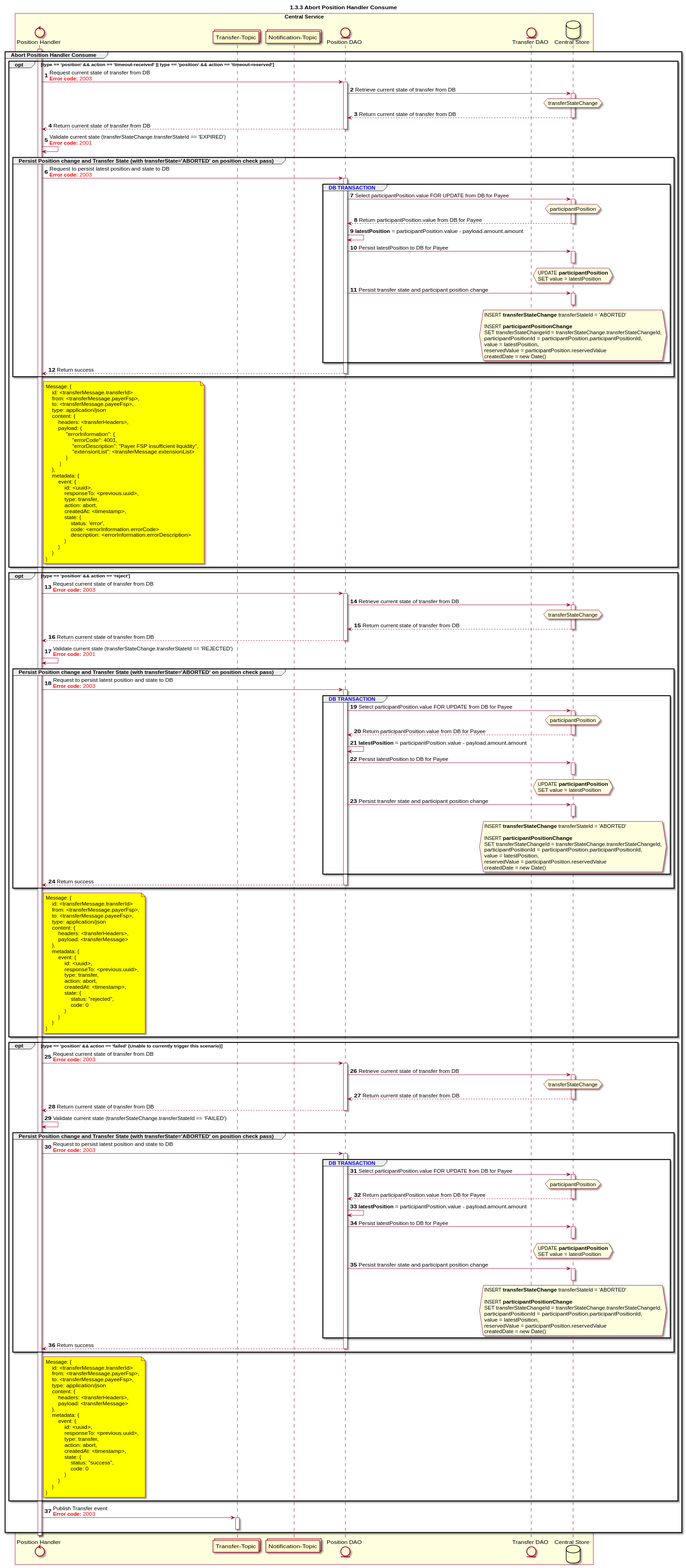
The PlantUML diagram CentralServices/seq_diagrams/seq-position-1.3.3-abort.svg in NicoDuvenage/docs-1, before a commit. The source it was exported from:
```plantuml
@startuml
title 1.3.3 Abort Position Handler Consume

autonumber


control "Position Handler" as POS_HANDLER
collections "Transfer-Topic" as TOPIC_TRANSFERS
entity "Position DAO" as POS_DAO
collections "Notification-Topic" as TOPIC_NOTIFICATIONS
entity "Transfer DAO" as TRANS_DAO
database "Central Store" as DB

box "Central Service" #LightYellow
    participant POS_HANDLER
    participant TOPIC_TRANSFERS
    participant TOPIC_NOTIFICATIONS
    participant POS_DAO
    participant TRANS_DAO
    participant DB
end box

activate POS_HANDLER
group Abort Position Handler Consume
    opt type == 'position' && action == 'timeout-received' || type == 'position' && action == 'timeout-reserved'
        POS_HANDLER -> POS_DAO: Request current state of transfer from DB\n<color #FF0000><b>Error code:</b> 2003</color>
        activate POS_DAO
        POS_DAO -> DB: Retrieve current state of transfer from DB
        activate DB
        hnote over DB #lightyellow
            transferStateChange
        end note
        DB --> POS_DAO: Return current state of transfer from DB
        deactivate DB
        POS_DAO --> POS_HANDLER: Return current state of transfer from DB
        deactivate POS_DAO
        POS_HANDLER <-> POS_HANDLER: Validate current state (transferStateChange.transferStateId == 'EXPIRED')\n<color #FF0000><b>Error code:</b> 2001</color>

        group Persist Position change and Transfer State (with transferState='ABORTED' on position check pass)
            POS_HANDLER -> POS_DAO: Request to persist latest position and state to DB\n<color #FF0000><b>Error code:</b> 2003</color>
            group <color #blue>DB TRANSACTION</color>
                activate POS_DAO
                POS_DAO -> DB: Select participantPosition.value FOR UPDATE from DB for Payee
                activate DB
                hnote over DB #lightyellow
                    participantPosition
                end note
                DB --> POS_DAO: Return participantPosition.value from DB for Payee
                deactivate DB
                POS_DAO <-> POS_DAO: **latestPosition** = participantPosition.value - payload.amount.amount
                POS_DAO->DB: Persist latestPosition to DB for Payee
                hnote over DB #lightyellow
                    UPDATE **participantPosition**
                    SET value = latestPosition
                end note
                activate DB
                deactivate DB
                POS_DAO -> DB: Persist transfer state and participant position change
                hnote over DB #lightyellow
                        INSERT **transferStateChange** transferStateId = 'ABORTED'

                        INSERT **participantPositionChange**
                        SET transferStateChangeId = transferStateChange.transferStateChangeId,
                        participantPositionId = participantPosition.participantPositionId,
                        value = latestPosition,
                        reservedValue = participantPosition.reservedValue
                        createdDate = new Date()
                end note
                activate DB
                deactivate DB
                deactivate TRANS_DAO
            end
            POS_DAO --> POS_HANDLER: Return success
            deactivate POS_DAO
        end
        note right of POS_HANDLER #yellow
            Message: {
                id: <transferMessage.transferId>
                from: <transferMessage.payerFsp>,
                to: <transferMessage.payeeFsp>,
                type: application/json
                content: {
                    headers: <transferHeaders>,
                    payload: {
                         "errorInformation": {
                             "errorCode": 4001,
                             "errorDescription": "Payer FSP insufficient liquidity",
                             "extensionList": <transferMessage.extensionList>
                         }
                     }
                },
                metadata: {
                    event: {
                        id: <uuid>,
                        responseTo: <previous.uuid>,
                        type: transfer,
                        action: abort,
                        createdAt: <timestamp>,
                        state: {
                            status: 'error',
                            code: <errorInformation.errorCode>
                            description: <errorInformation.errorDescription>
                        }
                    }
                }
            }
        end note
    end
    opt type == 'position' && action == 'reject'
        POS_HANDLER -> POS_DAO: Request current state of transfer from DB\n<color #FF0000><b>Error code:</b> 2003</color>
        activate POS_DAO
        POS_DAO -> DB: Retrieve current state of transfer from DB
        activate DB
        hnote over DB #lightyellow
            transferStateChange
        end note
        DB --> POS_DAO: Return current state of transfer from DB
        deactivate DB
        POS_DAO --> POS_HANDLER: Return current state of transfer from DB
        deactivate POS_DAO
        POS_HANDLER <-> POS_HANDLER: Validate current state (transferStateChange.transferStateId == 'REJECTED')\n<color #FF0000><b>Error code:</b> 2001</color>

        group Persist Position change and Transfer State (with transferState='ABORTED' on position check pass)
            POS_HANDLER -> POS_DAO: Request to persist latest position and state to DB\n<color #FF0000><b>Error code:</b> 2003</color>
            group <color #blue>DB TRANSACTION</color>
                activate POS_DAO
                POS_DAO -> DB: Select participantPosition.value FOR UPDATE from DB for Payee
                activate DB
                hnote over DB #lightyellow
                    participantPosition
                end note
                DB --> POS_DAO: Return participantPosition.value from DB for Payee
                deactivate DB
                POS_DAO <-> POS_DAO: **latestPosition** = participantPosition.value - payload.amount.amount
                POS_DAO->DB: Persist latestPosition to DB for Payee
                hnote over DB #lightyellow
                    UPDATE **participantPosition**
                    SET value = latestPosition
                end note
                activate DB
                deactivate DB
                POS_DAO -> DB: Persist transfer state and participant position change
                hnote over DB #lightyellow
                        INSERT **transferStateChange** transferStateId = 'ABORTED'

                        INSERT **participantPositionChange**
                        SET transferStateChangeId = transferStateChange.transferStateChangeId,
                        participantPositionId = participantPosition.participantPositionId,
                        value = latestPosition,
                        reservedValue = participantPosition.reservedValue
                        createdDate = new Date()
                end note
                activate DB
                deactivate DB
                deactivate TRANS_DAO
            end
            POS_DAO --> POS_HANDLER: Return success
            deactivate POS_DAO
        end
        note right of POS_HANDLER #yellow
            Message: {
                id: <transferMessage.transferId>
                from: <transferMessage.payerFsp>,
                to: <transferMessage.payeeFsp>,
                type: application/json
                content: {
                    headers: <transferHeaders>,
                    payload: <transferMessage>
                },
                metadata: {
                    event: {
                        id: <uuid>,
                        responseTo: <previous.uuid>,
                        type: transfer,
                        action: abort,
                        createdAt: <timestamp>,
                        state: {
                            status: "rejected",
                            code: 0
                        }
                    }
                }
            }
        end note
    end
    opt type == 'position' && action == 'failed' (Unable to currently trigger this scenario)
        POS_HANDLER -> POS_DAO: Request current state of transfer from DB\n<color #FF0000><b>Error code:</b> 2003</color>
        activate POS_DAO
        POS_DAO -> DB: Retrieve current state of transfer from DB
        activate DB
        hnote over DB #lightyellow
            transferStateChange
        end note
        DB --> POS_DAO: Return current state of transfer from DB
        deactivate DB
        POS_DAO --> POS_HANDLER: Return current state of transfer from DB
        deactivate POS_DAO
        POS_HANDLER <-> POS_HANDLER: Validate current state (transferStateChange.transferStateId == 'FAILED')

        group Persist Position change and Transfer State (with transferState='ABORTED' on position check pass)
            POS_HANDLER -> POS_DAO: Request to persist latest position and state to DB\n<color #FF0000><b>Error code:</b> 2003</color>
            group <color #blue>DB TRANSACTION</color>
                activate POS_DAO
                POS_DAO -> DB: Select participantPosition.value FOR UPDATE from DB for Payee
                activate DB
                hnote over DB #lightyellow
                    participantPosition
                end note
                DB --> POS_DAO: Return participantPosition.value from DB for Payee
                deactivate DB
                POS_DAO <-> POS_DAO: **latestPosition** = participantPosition.value - payload.amount.amount
                POS_DAO->DB: Persist latestPosition to DB for Payee
                hnote over DB #lightyellow
                    UPDATE **participantPosition**
                    SET value = latestPosition
                end note
                activate DB
                deactivate DB
                POS_DAO -> DB: Persist transfer state and participant position change
                hnote over DB #lightyellow
                        INSERT **transferStateChange** transferStateId = 'ABORTED'

                        INSERT **participantPositionChange**
                        SET transferStateChangeId = transferStateChange.transferStateChangeId,
                        participantPositionId = participantPosition.participantPositionId,
                        value = latestPosition,
                        reservedValue = participantPosition.reservedValue
                        createdDate = new Date()
                end note
                activate DB
                deactivate DB
                deactivate TRANS_DAO
            end
            POS_DAO --> POS_HANDLER: Return success
            deactivate POS_DAO
        end
        note right of POS_HANDLER #yellow
            Message: {
                id: <transferMessage.transferId>
                from: <transferMessage.payerFsp>,
                to: <transferMessage.payeeFsp>,
                type: application/json
                content: {
                    headers: <transferHeaders>,
                    payload: <transferMessage>
                },
                metadata: {
                    event: {
                        id: <uuid>,
                        responseTo: <previous.uuid>,
                        type: transfer,
                        action: abort,
                        createdAt: <timestamp>,
                        state: {
                            status: "success",
                            code: 0
                        }
                    }
                }
            }
        end note
    end
    POS_HANDLER -> TOPIC_TRANSFERS: Publish Transfer event\n<color #FF0000><b>Error code:</b> 2003</color>
    activate TOPIC_TRANSFERS
    deactivate TOPIC_TRANSFERS
end
deactivate POS_HANDLER
@enduml
```
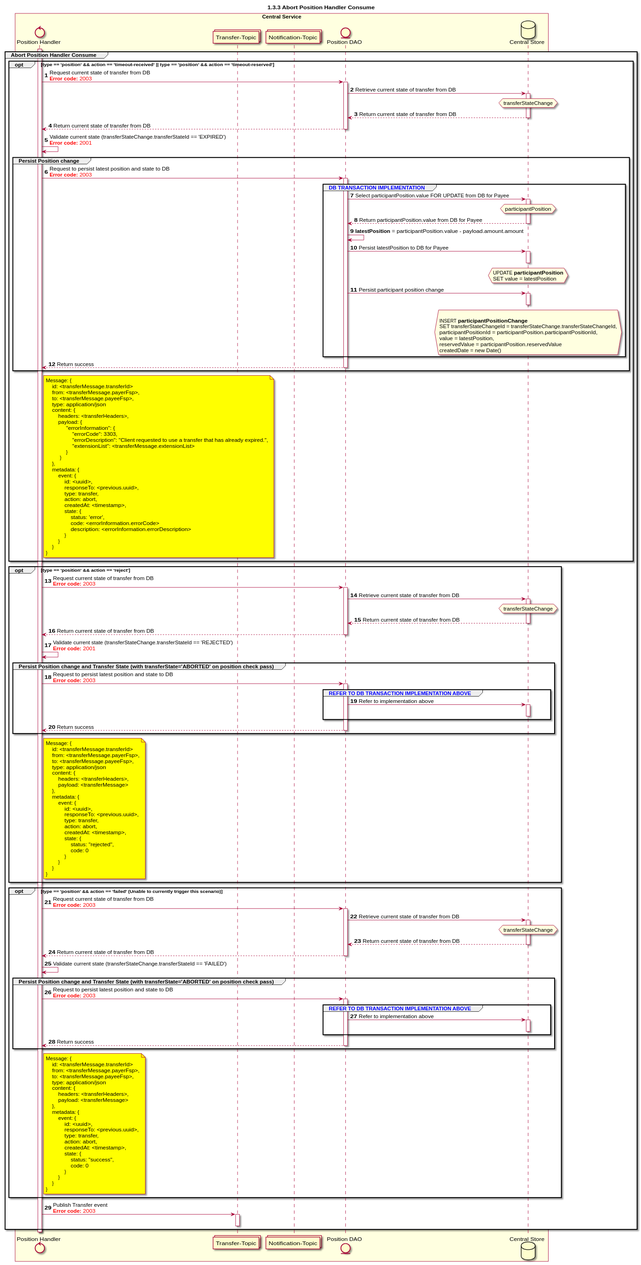
Above is the later version.

Commit message:
abort process

What changed in the source:
```diff
@@ -8,7 +8,6 @@
 collections "Transfer-Topic" as TOPIC_TRANSFERS
 entity "Position DAO" as POS_DAO
 collections "Notification-Topic" as TOPIC_NOTIFICATIONS
-entity "Transfer DAO" as TRANS_DAO
 database "Central Store" as DB
 
 box "Central Service" #LightYellow
@@ -16,7 +15,6 @@
     participant TOPIC_TRANSFERS
     participant TOPIC_NOTIFICATIONS
     participant POS_DAO
-    participant TRANS_DAO
     participant DB
 end box
 
@@ -36,9 +34,9 @@
         deactivate POS_DAO
         POS_HANDLER <-> POS_HANDLER: Validate current state (transferStateChange.transferStateId == 'EXPIRED')\n<color #FF0000><b>Error code:</b> 2001</color>
 
-        group Persist Position change and Transfer State (with transferState='ABORTED' on position check pass)
+        group Persist Position change
             POS_HANDLER -> POS_DAO: Request to persist latest position and state to DB\n<color #FF0000><b>Error code:</b> 2003</color>
-            group <color #blue>DB TRANSACTION</color>
+            group <color #blue>DB TRANSACTION IMPLEMENTATION</color>
                 activate POS_DAO
                 POS_DAO -> DB: Select participantPosition.value FOR UPDATE from DB for Payee
                 activate DB
@@ -55,9 +53,8 @@
                 end note
                 activate DB
                 deactivate DB
-                POS_DAO -> DB: Persist transfer state and participant position change
+                POS_DAO -> DB: Persist participant position change
                 hnote over DB #lightyellow
-                        INSERT **transferStateChange** transferStateId = 'ABORTED'
 
                         INSERT **participantPositionChange**
                         SET transferStateChangeId = transferStateChange.transferStateChangeId,
@@ -68,7 +65,6 @@
                 end note
                 activate DB
                 deactivate DB
-                deactivate TRANS_DAO
             end
             POS_DAO --> POS_HANDLER: Return success
             deactivate POS_DAO
@@ -83,8 +79,8 @@
                     headers: <transferHeaders>,
                     payload: {
                          "errorInformation": {
-                             "errorCode": 4001,
-                             "errorDescription": "Payer FSP insufficient liquidity",
+                             "errorCode": 3303,
+                             "errorDescription": "Client requested to use a transfer that has already expired.",
                              "extensionList": <transferMessage.extensionList>
                          }
                      }
@@ -122,37 +118,11 @@
 
         group Persist Position change and Transfer State (with transferState='ABORTED' on position check pass)
             POS_HANDLER -> POS_DAO: Request to persist latest position and state to DB\n<color #FF0000><b>Error code:</b> 2003</color>
-            group <color #blue>DB TRANSACTION</color>
+            group <color #blue>REFER TO DB TRANSACTION IMPLEMENTATION ABOVE</color>
                 activate POS_DAO
-                POS_DAO -> DB: Select participantPosition.value FOR UPDATE from DB for Payee
-                activate DB
-                hnote over DB #lightyellow
-                    participantPosition
-                end note
-                DB --> POS_DAO: Return participantPosition.value from DB for Payee
-                deactivate DB
-                POS_DAO <-> POS_DAO: **latestPosition** = participantPosition.value - payload.amount.amount
-                POS_DAO->DB: Persist latestPosition to DB for Payee
-                hnote over DB #lightyellow
-                    UPDATE **participantPosition**
-                    SET value = latestPosition
-                end note
+                POS_DAO -> DB: Refer to implementation above
                 activate DB
                 deactivate DB
-                POS_DAO -> DB: Persist transfer state and participant position change
-                hnote over DB #lightyellow
-                        INSERT **transferStateChange** transferStateId = 'ABORTED'
-
-                        INSERT **participantPositionChange**
-                        SET transferStateChangeId = transferStateChange.transferStateChangeId,
-                        participantPositionId = participantPosition.participantPositionId,
-                        value = latestPosition,
-                        reservedValue = participantPosition.reservedValue
-                        createdDate = new Date()
-                end note
-                activate DB
-                deactivate DB
-                deactivate TRANS_DAO
             end
             POS_DAO --> POS_HANDLER: Return success
             deactivate POS_DAO
@@ -199,37 +169,11 @@
 
         group Persist Position change and Transfer State (with transferState='ABORTED' on position check pass)
             POS_HANDLER -> POS_DAO: Request to persist latest position and state to DB\n<color #FF0000><b>Error code:</b> 2003</color>
-            group <color #blue>DB TRANSACTION</color>
+            group <color #blue>REFER TO DB TRANSACTION IMPLEMENTATION ABOVE</color>
                 activate POS_DAO
-                POS_DAO -> DB: Select participantPosition.value FOR UPDATE from DB for Payee
-                activate DB
-                hnote over DB #lightyellow
-                    participantPosition
-                end note
-                DB --> POS_DAO: Return participantPosition.value from DB for Payee
-                deactivate DB
-                POS_DAO <-> POS_DAO: **latestPosition** = participantPosition.value - payload.amount.amount
-                POS_DAO->DB: Persist latestPosition to DB for Payee
-                hnote over DB #lightyellow
-                    UPDATE **participantPosition**
-                    SET value = latestPosition
-                end note
+                POS_DAO -> DB: Refer to implementation above
                 activate DB
                 deactivate DB
-                POS_DAO -> DB: Persist transfer state and participant position change
-                hnote over DB #lightyellow
-                        INSERT **transferStateChange** transferStateId = 'ABORTED'
-
-                        INSERT **participantPositionChange**
-                        SET transferStateChangeId = transferStateChange.transferStateChangeId,
-                        participantPositionId = participantPosition.participantPositionId,
-                        value = latestPosition,
-                        reservedValue = participantPosition.reservedValue
-                        createdDate = new Date()
-                end note
-                activate DB
-                deactivate DB
-                deactivate TRANS_DAO
             end
             POS_DAO --> POS_HANDLER: Return success
             deactivate POS_DAO
```
